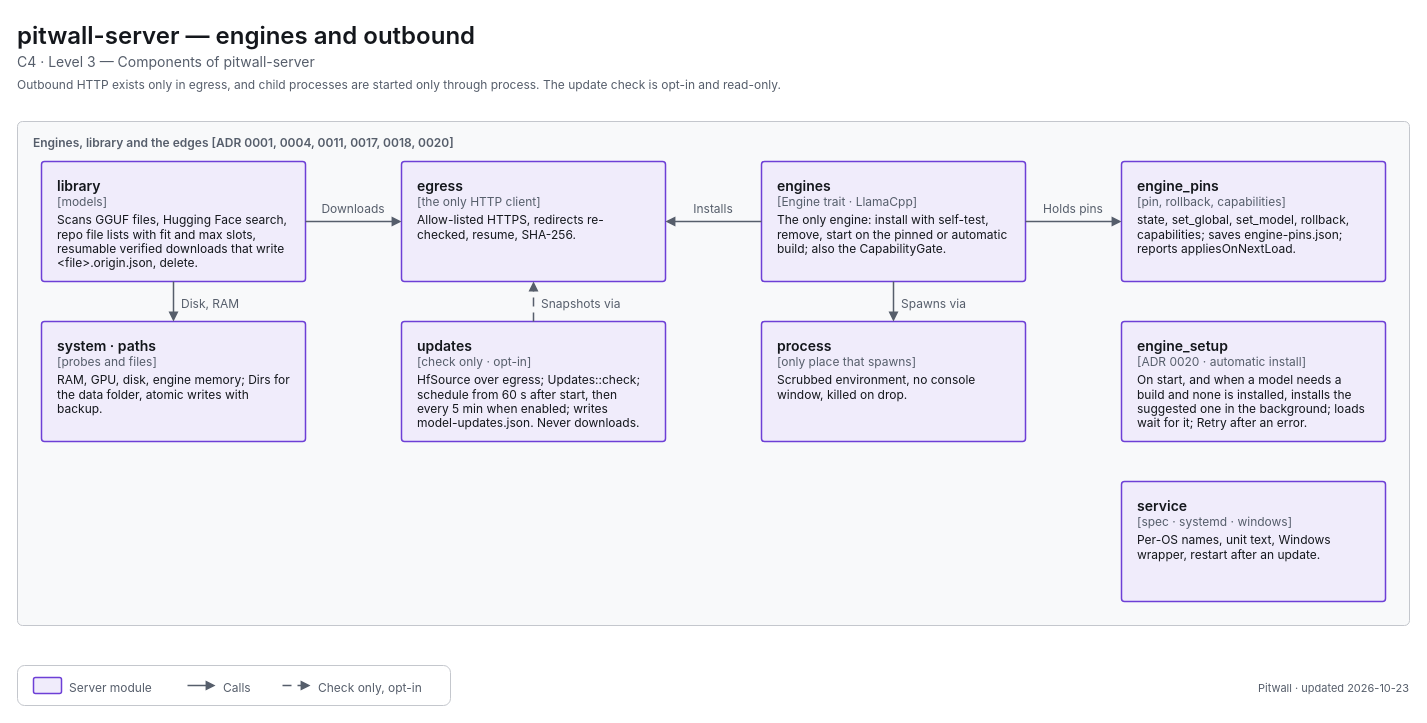
Earlier version of the draw.io diagram apps/pitwall/docs/diagrams/c4-3-server-edges.drawio (decryp7/paddock). Source tidied: cells renumbered, new cells numbered last; positions are measured from the earlier drawing's top-left corner, leaving out a move shared by most shapes. Both pictures are drawn from the tidied source at 100%, with x=0, y=0 at pixel (17, 17).
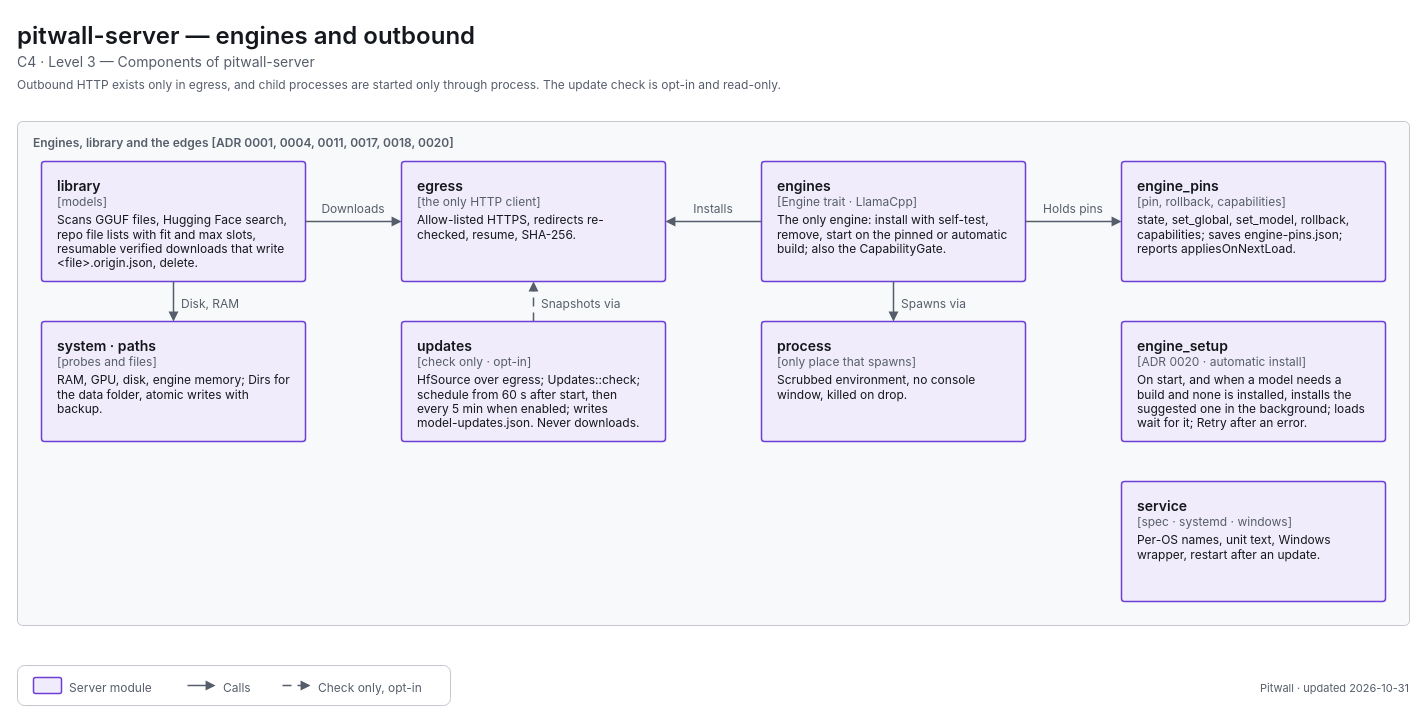
After the change.

Diff of the diagram source:
```diff
@@
-    <mxCell id="34" value="&lt;span style=&quot;font-size:11px;font-weight:400&quot;&gt;Pitwall · updated 2026-10-23&lt;/span&gt;" style="html=1;whiteSpace=wrap;fontFamily=-apple-system,BlinkMacSystemFont,Segoe UI,system-ui,sans-serif;fontSize=12;fontColor=light-dark(#14171C,#ECEEF1);text;strokeColor=none;fillColor=none;align=right;verticalAlign=top;spacing=0;fontColor=light-dark(#565E6B,#A0A7B2);" parent="1" vertex="1">
+    <mxCell id="34" value="&lt;span style=&quot;font-size:11px;font-weight:400&quot;&gt;Pitwall · updated 2026-10-31&lt;/span&gt;" style="html=1;whiteSpace=wrap;fontFamily=-apple-system,BlinkMacSystemFont,Segoe UI,system-ui,sans-serif;fontSize=12;fontColor=light-dark(#14171C,#ECEEF1);text;strokeColor=none;fillColor=none;align=right;verticalAlign=top;spacing=0;fontColor=light-dark(#565E6B,#A0A7B2);" parent="1" vertex="1">
       <mxGeometry x="1032" y="659" width="360" height="18" as="geometry" />
     </mxCell>
```
